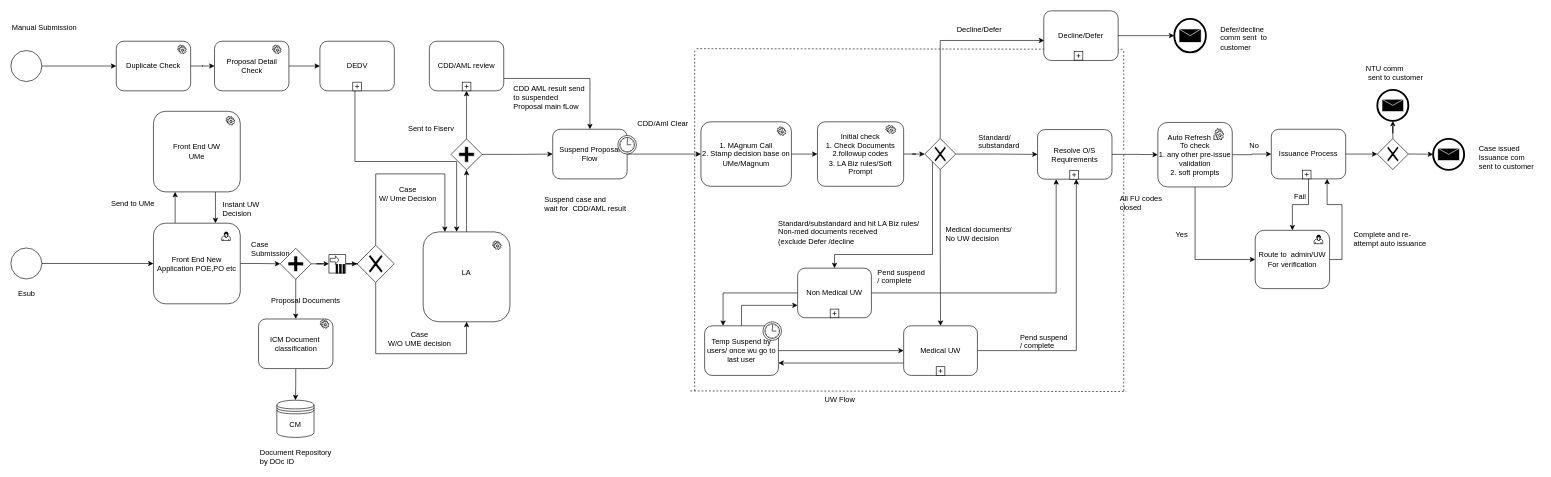
Above: page "Page-1" (1 of 6) of Untitled Diagram.drawio in Jefferzonlee/WorkFlow-BPR (draw.io), before the change. Source tidied: cells renumbered, new cells numbered last; positions are measured from the earlier drawing's top-left corner, leaving out a move shared by most shapes. Both pictures are drawn from the tidied source at 62%, with x=0, y=0 at pixel (11, 11).
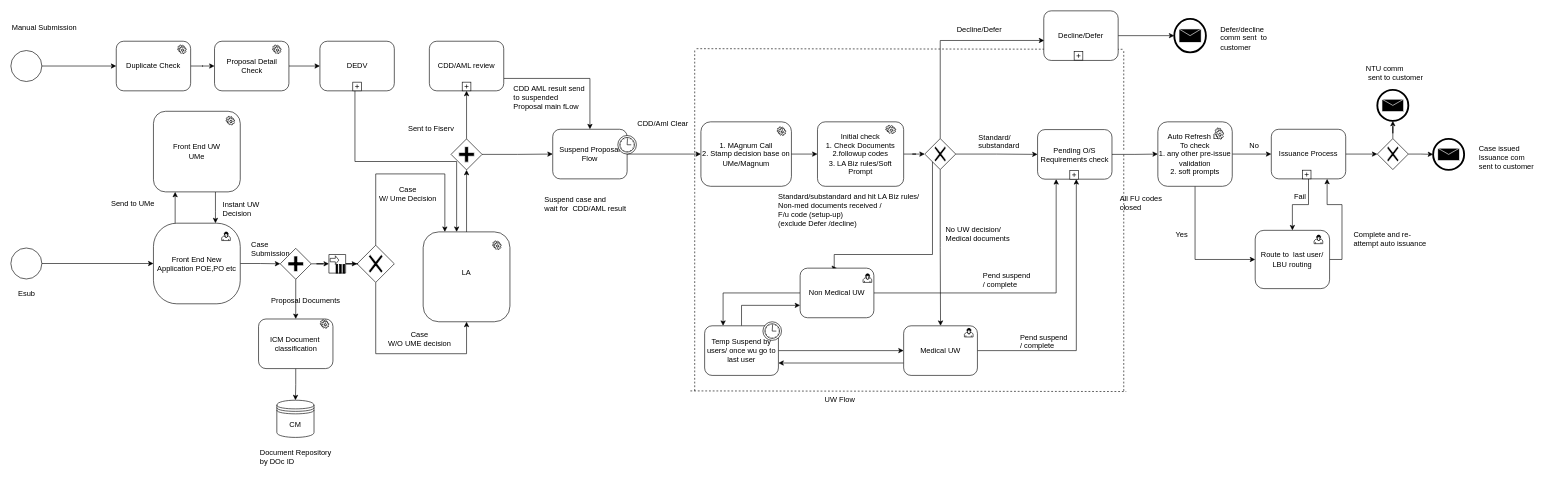
Above is the later version.

The change refers to these unchanged cells:
```xml
<mxCell id="30" value="Medical UW" style="html=1;whiteSpace=wrap;rounded=1;" parent="1" vertex="1">
  <mxGeometry x="1440" y="508" width="119" height="80" as="geometry" />
</mxCell>
```

Diff of the diagram source:
```diff
@@
-    <mxCell id="4" value="Front End New Application POE,PO etc" style="html=1;whiteSpace=wrap;rounded=1;" parent="1" vertex="1">
+    <mxCell id="4" value="Front End New Application POE,PO etc" style="html=1;whiteSpace=wrap;rounded=1;arcSize=29;" parent="1" vertex="1">
       <mxGeometry x="230" y="342.5" width="140" height="130" as="geometry" />
     </mxCell>
@@
-    <mxCell id="31" style="html=1;shape=plus;" parent="30" vertex="1">
-      <mxGeometry x="0.5" y="1" width="14" height="14" relative="1" as="geometry">
-        <mxPoint x="-7" y="-14" as="offset" />
-      </mxGeometry>
-    </mxCell>
+    <mxCell id="128" style="html=1;shape=mxgraph.bpmn.user_task;" parent="30" vertex="1">
+      <mxGeometry x="98" y="4" width="14" height="14" as="geometry">
+        <mxPoint x="110" y="14" as="offset" />
+      </mxGeometry>
+    </mxCell>
@@
-    <mxCell id="56" value="Route to&amp;nbsp; admin/UW&lt;br&gt;For verification&lt;br&gt;" style="shape=ext;rounded=1;html=1;whiteSpace=wrap;fillColor=#FFFFFF;" parent="1" vertex="1">
+    <mxCell id="56" value="Route to&amp;nbsp; last user/ LBU routing&lt;br&gt;" style="shape=ext;rounded=1;html=1;whiteSpace=wrap;fillColor=#FFFFFF;" parent="1" vertex="1">
       <mxGeometry x="2007" y="354" width="120" height="94" as="geometry" />
     </mxCell>
@@
     <mxCell id="101" value="Auto Refresh LA&lt;br&gt;To check &lt;br&gt;1. any other pre-issue validation&lt;br&gt;2. soft prompts&lt;br&gt;" style="html=1;whiteSpace=wrap;rounded=1;" parent="1" vertex="1">
-      <mxGeometry x="1850" y="180" width="120" height="104" as="geometry" />
+      <mxGeometry x="1850" y="179" width="120" height="104" as="geometry" />
     </mxCell>
@@
-    <mxCell id="117" value="Medical documents/&lt;br&gt;No UW decision&lt;br&gt;" style="text;html=1;align=left;verticalAlign=top;spacingTop=-4;" parent="1" vertex="1">
-      <mxGeometry x="1506" y="343" width="120" height="30" as="geometry" />
+    <mxCell id="117" value="No UW decision/&lt;br&gt;Medical documents&lt;br&gt;&lt;br&gt;" style="text;html=1;align=left;verticalAlign=top;spacingTop=-4;" parent="1" vertex="1">
+      <mxGeometry x="1506" y="343" width="120" height="40" as="geometry" />
     </mxCell>
@@
     <mxCell id="120" value="Non Medical UW" style="html=1;whiteSpace=wrap;rounded=1;" parent="1" vertex="1">
-      <mxGeometry x="1269" y="415" width="119" height="80" as="geometry" />
+      <mxGeometry x="1273" y="415" width="119" height="80" as="geometry" />
     </mxCell>
-    <mxCell id="121" style="html=1;shape=plus;" parent="120" vertex="1">
-      <mxGeometry x="0.5" y="1" width="14" height="14" relative="1" as="geometry">
-        <mxPoint x="-7" y="-14" as="offset" />
-      </mxGeometry>
-    </mxCell>
+    <mxCell id="129" style="html=1;shape=mxgraph.bpmn.user_task;" parent="120" vertex="1">
+      <mxGeometry x="101.5" y="9" width="14" height="14" as="geometry">
+        <mxPoint x="110" y="14" as="offset" />
+      </mxGeometry>
+    </mxCell>
-    <mxCell id="122" value="Standard/substandard and&amp;nbsp;hit LA Biz rules/ &lt;br&gt;Non-med documents received &lt;br&gt;(exclude Defer /decline" style="text;html=1;align=left;verticalAlign=top;spacingTop=-4;" parent="1" vertex="1">
-      <mxGeometry x="1236" y="333" width="250" height="40" as="geometry" />
+    <mxCell id="122" value="Standard/substandard and&amp;nbsp;hit LA Biz rules/ &lt;br&gt;Non-med documents received / &lt;br&gt;F/u code (setup-up)&lt;br&gt;(exclude Defer /decline)&lt;br&gt;&lt;br&gt;&lt;br&gt;&lt;br&gt;" style="text;html=1;align=left;verticalAlign=top;spacingTop=-4;" parent="1" vertex="1">
+      <mxGeometry x="1236" y="289.5" width="250" height="100" as="geometry" />
     </mxCell>
@@
-    <mxCell id="125" value="Resolve O/S Requirements" style="shape=ext;rounded=1;html=1;whiteSpace=wrap;" parent="1" vertex="1">
+    <mxCell id="125" value="Pending O/S Requirements check" style="shape=ext;rounded=1;html=1;whiteSpace=wrap;" parent="1" vertex="1">
       <mxGeometry x="1656" y="191.5" width="120" height="80" as="geometry" />
     </mxCell>
@@
     <mxCell id="127" value="Pend suspend&lt;br&gt;/ complete" style="text;html=1;align=left;verticalAlign=top;spacingTop=-4;" parent="1" vertex="1">
-      <mxGeometry x="1396" y="411.5" width="90" height="30" as="geometry" />
+      <mxGeometry x="1566" y="418" width="90" height="30" as="geometry" />
     </mxCell>
```
